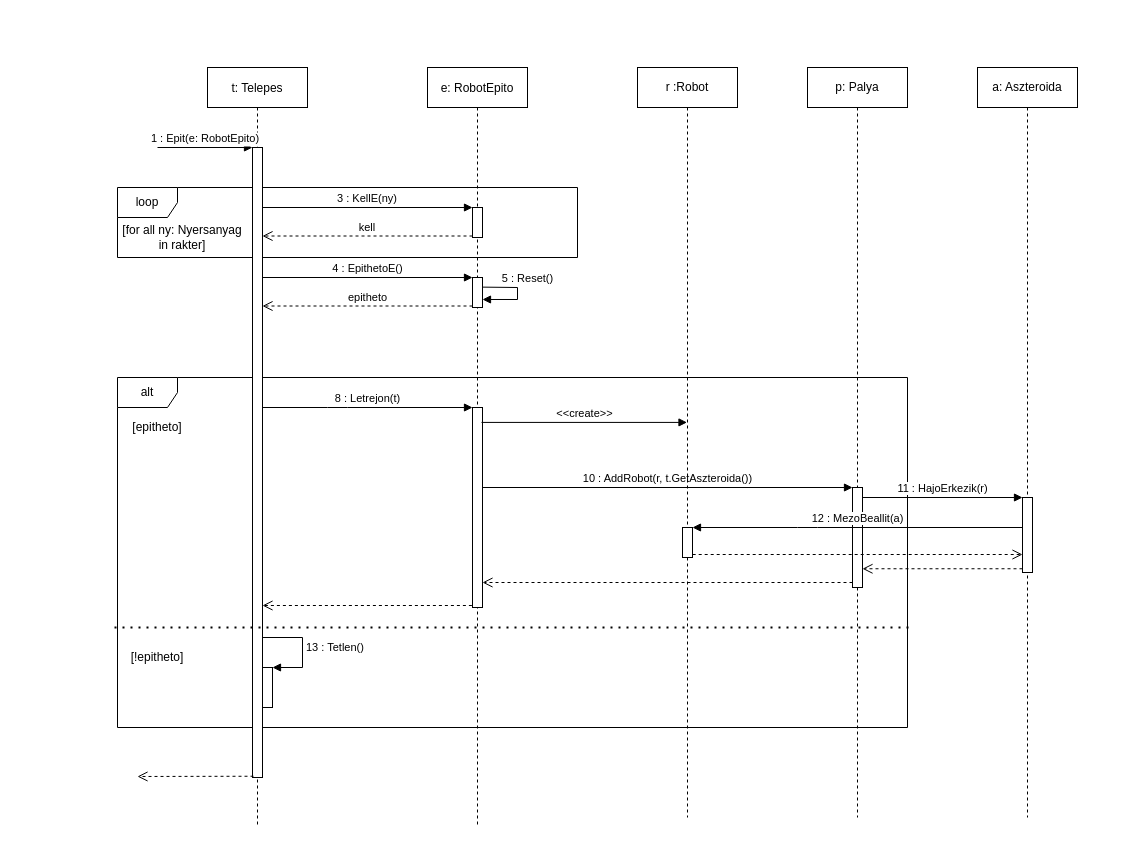
Earlier version of the draw.io diagram doc/uml/szekvencia_robotEpit.drawio (torpeBoiGo/aszteroidabanyaszat). Source tidied: cells renumbered, new cells numbered last; positions are measured from the earlier drawing's top-left corner, leaving out a move shared by most shapes. Both pictures are drawn from the tidied source at 100%, with x=0, y=0 at pixel (114, 67).
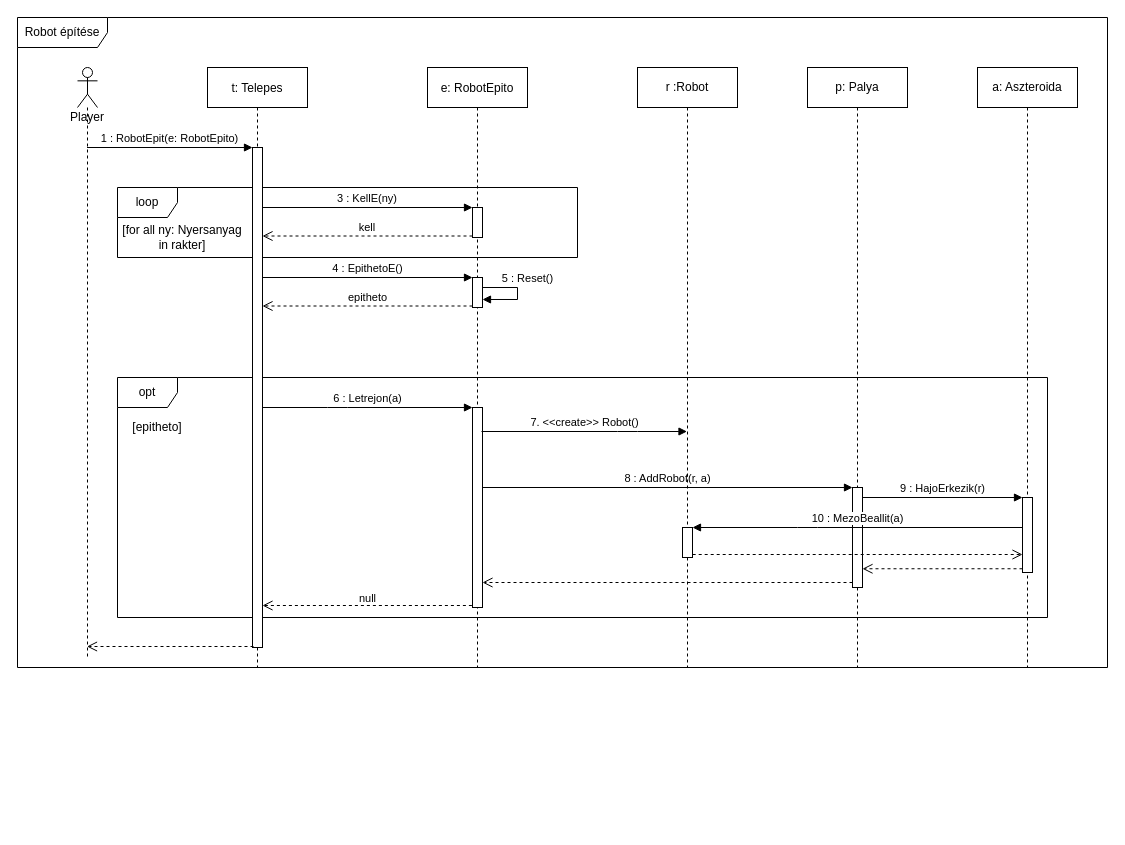
After the change.

Unchanged cells that the change refers to:
```xml
<mxCell id="11" style="html=1;points=[];perimeter=orthogonalPerimeter;" parent="10" vertex="1">
  <mxGeometry x="45" y="210" width="10" height="30" as="geometry" />
</mxCell>
<mxCell id="13" style="html=1;points=[];perimeter=orthogonalPerimeter;" parent="10" vertex="1">
  <mxGeometry x="45" y="340" width="10" height="200" as="geometry" />
</mxCell>
<mxCell id="21" style="html=1;points=[];perimeter=orthogonalPerimeter;" parent="20" vertex="1">
  <mxGeometry x="45" y="420" width="10" height="100" as="geometry" />
</mxCell>
<mxCell id="25" style="html=1;points=[];perimeter=orthogonalPerimeter;" parent="24" vertex="1">
  <mxGeometry x="45" y="430" width="10" height="75" as="geometry" />
</mxCell>
<mxCell id="34" style="html=1;verticalAlign=bottom;endArrow=open;dashed=1;endSize=8;exitX=-0.06;exitY=0.99;exitDx=0;exitDy=0;exitPerimeter=0;" parent="1" edge="1" source="13" target="7">
  <mxGeometry relative="1" as="geometry" />
</mxCell>
<mxCell id="36" style="html=1;points=[];perimeter=orthogonalPerimeter;" parent="35" vertex="1">
  <mxGeometry x="45" y="460" width="10" height="30" as="geometry" />
</mxCell>
```

The edit, as a diff of the source:
```diff
@@
+    <mxCell id="38" value="Robot építése" style="shape=umlFrame;whiteSpace=wrap;html=1;width=90;height=30;" parent="1" vertex="1">
+      <mxGeometry x="-97" y="-50" width="1090" height="650" as="geometry" />
+    </mxCell>
-    <mxCell id="2" value="alt" style="shape=umlFrame;whiteSpace=wrap;html=1;" parent="1" vertex="1">
-      <mxGeometry x="3" y="310" width="790" height="350" as="geometry" />
+    <mxCell id="2" value="opt" style="shape=umlFrame;whiteSpace=wrap;html=1;" parent="1" vertex="1">
+      <mxGeometry x="3" y="310" width="930" height="240" as="geometry" />
     </mxCell>
@@
     <mxCell id="5" value="t: Telepes" style="shape=umlLifeline;perimeter=lifelinePerimeter;rounded=0;shadow=0;strokeWidth=1;" parent="1" vertex="1">
-      <mxGeometry x="93" width="100" height="760" as="geometry" />
+      <mxGeometry x="93" width="100" height="600" as="geometry" />
     </mxCell>
-    <mxCell id="6" value="1 : Epit(e: RobotEpito)" style="verticalAlign=bottom;startArrow=none;endArrow=block;startSize=8;shadow=0;strokeWidth=1;startFill=0;" parent="5" edge="1">
+    <mxCell id="6" value="1 : RobotEpit(e: RobotEpito)" style="verticalAlign=bottom;startArrow=none;endArrow=block;startSize=8;shadow=0;strokeWidth=1;startFill=0;" parent="5" edge="1" source="40">
       <mxGeometry relative="1" as="geometry">
-        <mxPoint x="-50" y="80" as="sourcePoint" />
         <mxPoint x="45" y="80" as="targetPoint" />
       </mxGeometry>
     </mxCell>
     <mxCell id="7" style="html=1;points=[];perimeter=orthogonalPerimeter;" parent="5" vertex="1">
-      <mxGeometry x="45" y="80" width="10" height="630" as="geometry" />
+      <mxGeometry x="45" y="80" width="10" height="500" as="geometry" />
     </mxCell>
-    <mxCell id="8" style="html=1;points=[];perimeter=orthogonalPerimeter;" parent="5" vertex="1">
-      <mxGeometry x="55" y="600" width="10" height="40" as="geometry" />
-    </mxCell>
-    <mxCell id="9" value="13 : Tetlen()" style="edgeStyle=orthogonalEdgeStyle;html=1;align=left;spacingLeft=2;endArrow=block;rounded=0;entryX=1;entryY=0;" parent="5" edge="1" source="7" target="8">
-      <mxGeometry relative="1" as="geometry">
-        <Array as="points">
-          <mxPoint x="95" y="570" />
-          <mxPoint x="95" y="600" />
-        </Array>
-      </mxGeometry>
-    </mxCell>
     <mxCell id="10" value="e: RobotEpito" style="shape=umlLifeline;perimeter=lifelinePerimeter;rounded=0;shadow=0;strokeWidth=1;" parent="1" vertex="1">
-      <mxGeometry x="313" width="100" height="760" as="geometry" />
+      <mxGeometry x="313" width="100" height="600" as="geometry" />
     </mxCell>
@@
-    <mxCell id="14" value="5 : Reset()" style="html=1;verticalAlign=bottom;endArrow=block;exitX=0.55;exitY=0.289;exitDx=0;exitDy=0;exitPerimeter=0;entryX=1;entryY=0.733;entryDx=0;entryDy=0;entryPerimeter=0;rounded=0;" parent="10" edge="1" source="10" target="11">
+    <mxCell id="14" value="5 : Reset()" style="html=1;verticalAlign=bottom;endArrow=block;entryX=1;entryY=0.733;entryDx=0;entryDy=0;entryPerimeter=0;rounded=0;" parent="10" edge="1" target="11">
       <mxGeometry x="-0.15" y="10" relative="1" as="geometry">
+        <mxPoint x="55" y="220" as="sourcePoint" />
         <Array as="points">
           <mxPoint x="90" y="220" />
           <mxPoint x="90" y="232" />
         </Array>
       </mxGeometry>
     </mxCell>
@@
     <mxCell id="20" value="p: Palya" style="shape=umlLifeline;perimeter=lifelinePerimeter;whiteSpace=wrap;html=1;" parent="1" vertex="1">
-      <mxGeometry x="693" width="100" height="750" as="geometry" />
+      <mxGeometry x="693" width="100" height="600" as="geometry" />
     </mxCell>
@@
-    <mxCell id="22" value="10 : AddRobot(r, t.GetAszteroida())" style="html=1;verticalAlign=bottom;endArrow=block;entryX=0;entryY=0;" parent="1" edge="1" source="13" target="21">
+    <mxCell id="22" value="8 : AddRobot(r, a)" style="html=1;verticalAlign=bottom;endArrow=block;entryX=0;entryY=0;" parent="1" edge="1" source="13" target="21">
       <mxGeometry relative="1" as="geometry" />
     </mxCell>
@@
     <mxCell id="24" value="a: Aszteroida" style="shape=umlLifeline;perimeter=lifelinePerimeter;whiteSpace=wrap;html=1;" parent="1" vertex="1">
-      <mxGeometry x="863" width="100" height="750" as="geometry" />
+      <mxGeometry x="863" width="100" height="600" as="geometry" />
     </mxCell>
@@
-    <mxCell id="26" value="11 : HajoErkezik(r)" style="html=1;verticalAlign=bottom;endArrow=block;entryX=0;entryY=0;" parent="1" edge="1" source="21" target="25">
+    <mxCell id="26" value="9 : HajoErkezik(r)" style="html=1;verticalAlign=bottom;endArrow=block;entryX=0;entryY=0;" parent="1" edge="1" source="21" target="25">
       <mxGeometry relative="1" as="geometry" />
     </mxCell>
@@
-    <mxCell id="28" value="12 : MezoBeallit(a)" style="html=1;verticalAlign=bottom;endArrow=block;" parent="1" edge="1" source="25" target="36">
+    <mxCell id="28" value="10 : MezoBeallit(a)" style="html=1;verticalAlign=bottom;endArrow=block;" parent="1" edge="1" source="25" target="36">
       <mxGeometry relative="1" as="geometry">
         <Array as="points">
           <mxPoint x="693" y="460" />
         </Array>
       </mxGeometry>
     </mxCell>
@@
-    <mxCell id="30" style="html=1;verticalAlign=bottom;endArrow=open;dashed=1;endSize=8;exitX=0.1;exitY=0.998;exitDx=0;exitDy=0;exitPerimeter=0;" parent="1" edge="1" source="7">
-      <mxGeometry relative="1" as="geometry">
-        <mxPoint x="23" y="709" as="targetPoint" />
-      </mxGeometry>
+    <mxCell id="30" style="html=1;verticalAlign=bottom;endArrow=open;dashed=1;endSize=8;exitX=0.1;exitY=0.998;exitDx=0;exitDy=0;exitPerimeter=0;" parent="1" edge="1" source="7" target="40">
+      <mxGeometry relative="1" as="geometry" />
     </mxCell>
-    <mxCell id="31" style="endArrow=none;dashed=1;html=1;dashPattern=1 3;strokeWidth=2;" parent="1" edge="1">
-      <mxGeometry relative="1" as="geometry">
-        <mxPoint y="560" as="sourcePoint" />
-        <mxPoint x="800" y="560" as="targetPoint" />
-      </mxGeometry>
-    </mxCell>
-    <mxCell id="32" value="[!epitheto]" style="text;html=1;strokeColor=none;fillColor=none;align=center;verticalAlign=middle;whiteSpace=wrap;rounded=0;" parent="1" vertex="1">
-      <mxGeometry x="23" y="580" width="40" height="20" as="geometry" />
-    </mxCell>
-    <mxCell id="33" value="8 : Letrejon(t)" style="html=1;verticalAlign=bottom;endArrow=block;entryX=0;entryY=0;" parent="1" edge="1" source="7" target="13">
+    <mxCell id="33" value="6 : Letrejon(a)" style="html=1;verticalAlign=bottom;endArrow=block;entryX=0;entryY=0;" parent="1" edge="1" source="7" target="13">
       <mxGeometry relative="1" as="geometry">
         <Array as="points">
           <mxPoint x="223" y="340" />
         </Array>
       </mxGeometry>
     </mxCell>
@@
+    <mxCell id="39" value="null" style="edgeLabel;html=1;align=center;verticalAlign=middle;" parent="34" vertex="1">
+      <mxGeometry x="0.22" y="1" relative="1" as="geometry">
+        <mxPoint x="22.6" y="-9" as="offset" />
+      </mxGeometry>
+    </mxCell>
     <mxCell id="35" value="r :Robot" style="shape=umlLifeline;perimeter=lifelinePerimeter;whiteSpace=wrap;html=1;outlineConnect=0;" parent="1" vertex="1">
-      <mxGeometry x="523" width="100" height="750" as="geometry" />
+      <mxGeometry x="523" width="100" height="600" as="geometry" />
     </mxCell>
@@
-    <mxCell id="37" value="&amp;lt;&amp;lt;create&amp;gt;&amp;gt;" style="html=1;verticalAlign=bottom;endArrow=block;strokeColor=#000000;exitX=0.54;exitY=0.467;exitDx=0;exitDy=0;exitPerimeter=0;" parent="1" edge="1" source="10" target="35">
-      <mxGeometry relative="1" as="geometry" />
+    <mxCell id="37" value="7. &amp;lt;&amp;lt;create&amp;gt;&amp;gt; Robot()" style="html=1;verticalAlign=bottom;endArrow=block;strokeColor=#000000;exitX=0.9;exitY=0.12;exitDx=0;exitDy=0;exitPerimeter=0;" parent="1" edge="1" source="13" target="35">
+      <mxGeometry relative="1" as="geometry">
+        <Array as="points">
+          <mxPoint x="513" y="364" />
+        </Array>
+      </mxGeometry>
     </mxCell>
+    <mxCell id="40" value="Player" style="shape=umlLifeline;participant=umlActor;perimeter=lifelinePerimeter;whiteSpace=wrap;html=1;verticalAlign=top;spacingTop=36;outlineConnect=0;" parent="1" vertex="1">
+      <mxGeometry x="-37" width="20" height="590" as="geometry" />
+    </mxCell>
```
